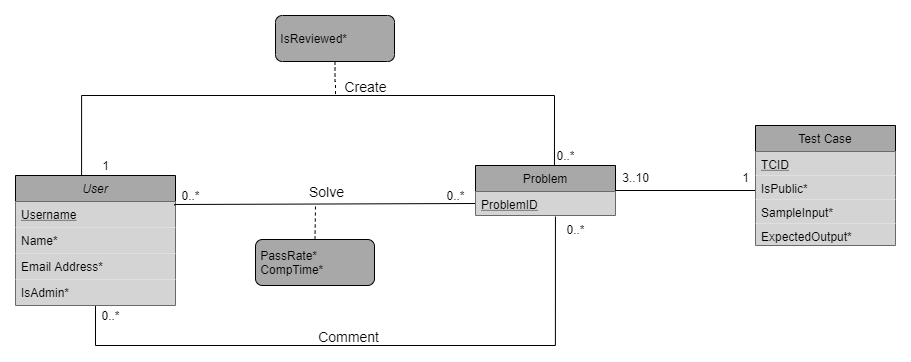
AlgoLearnWCSU/AlgoLearnApi keeps this draw.io diagram as docs/img/CS360_Database_Design_Opaque.png. Above is the earlier version. Source tidied: cells renumbered, new cells last; positions are measured from the earlier drawing's top-left corner, leaving out a move shared by most shapes. Source of this version:
```xml
<mxGraphModel>
  <root>
    <mxCell id="0" />
    <mxCell id="1" parent="0" />
    <mxCell id="2" style="edgeStyle=orthogonalEdgeStyle;rounded=0;jettySize=auto;html=1;entryX=0.564;entryY=0;entryDx=0;entryDy=0;entryPerimeter=0;endArrow=none;endFill=0;exitX=0.413;exitY=0.007;exitDx=0;exitDy=0;exitPerimeter=0;" parent="1" edge="1" source="6" target="14">
      <mxGeometry relative="1" as="geometry">
        <Array as="points">
          <mxPoint x="66" y="80" />
          <mxPoint x="539" y="80" />
        </Array>
      </mxGeometry>
    </mxCell>
    <mxCell id="3" value="Create" style="edgeLabel;html=1;align=center;verticalAlign=middle;labelBackgroundColor=none;fontSize=14;" parent="2" vertex="1">
      <mxGeometry x="-0.18" y="2" relative="1" as="geometry">
        <mxPoint x="109.8" y="-8" as="offset" />
      </mxGeometry>
    </mxCell>
    <mxCell id="4" style="edgeStyle=orthogonalEdgeStyle;rounded=0;jettySize=auto;html=1;exitX=0.5;exitY=1;exitDx=0;exitDy=0;entryX=0.571;entryY=1.042;entryDx=0;entryDy=0;entryPerimeter=0;startFill=0;endArrow=none;endFill=0;" parent="1" edge="1" source="6" target="15">
      <mxGeometry relative="1" as="geometry">
        <Array as="points">
          <mxPoint x="80" y="330" />
          <mxPoint x="540" y="330" />
        </Array>
      </mxGeometry>
    </mxCell>
    <mxCell id="5" value="Comment" style="edgeLabel;html=1;align=center;verticalAlign=middle;labelBackgroundColor=none;fontSize=14;" parent="4" vertex="1">
      <mxGeometry x="0.09" y="2" relative="1" as="geometry">
        <mxPoint x="-50" y="-8" as="offset" />
      </mxGeometry>
    </mxCell>
    <mxCell id="6" value="User" style="swimlane;fontStyle=2;align=center;verticalAlign=top;horizontal=1;startSize=26;rounded=0;shadow=0;strokeWidth=1;fillColor=#A8A8A8;" parent="1" vertex="1">
      <mxGeometry y="160" width="160" height="130" as="geometry" />
    </mxCell>
    <mxCell id="7" value="Username" style="text;align=left;verticalAlign=top;spacingLeft=4;spacingRight=4;overflow=hidden;points=[[0,0.5],[1,0.5]];portConstraint=eastwest;rounded=0;shadow=0;html=0;fontStyle=4;fillColor=#D4D4D4;" parent="6" vertex="1">
      <mxGeometry y="26" width="160" height="26" as="geometry" />
    </mxCell>
    <mxCell id="8" value="Name*" style="text;align=left;verticalAlign=top;spacingLeft=4;spacingRight=4;overflow=hidden;fillColor=#D4D4D4;" parent="6" vertex="1">
      <mxGeometry y="52" width="160" height="26" as="geometry" />
    </mxCell>
    <mxCell id="9" value="Email Address*" style="text;align=left;verticalAlign=top;spacingLeft=4;spacingRight=4;overflow=hidden;rounded=0;shadow=0;html=0;fillColor=#D4D4D4;" parent="6" vertex="1">
      <mxGeometry y="78" width="160" height="26" as="geometry" />
    </mxCell>
    <mxCell id="10" value="IsAdmin*" style="text;align=left;verticalAlign=top;spacingLeft=4;spacingRight=4;overflow=hidden;rounded=0;shadow=0;html=0;fontStyle=0;fillColor=#D4D4D4;" parent="6" vertex="1">
      <mxGeometry y="104" width="160" height="26" as="geometry" />
    </mxCell>
    <mxCell id="11" style="edgeStyle=orthogonalEdgeStyle;rounded=0;jettySize=auto;html=1;exitX=0.994;exitY=0.154;exitDx=0;exitDy=0;entryX=0;entryY=0.5;entryDx=0;entryDy=0;endArrow=none;endFill=0;exitPerimeter=0;startFill=0;" parent="1" edge="1" source="7" target="15">
      <mxGeometry relative="1" as="geometry">
        <Array as="points">
          <mxPoint x="159" y="189" />
        </Array>
      </mxGeometry>
    </mxCell>
    <mxCell id="12" value="Solve" style="edgeLabel;html=1;align=center;verticalAlign=middle;fontSize=14;labelBackgroundColor=none;" parent="11" vertex="1">
      <mxGeometry x="-0.29" relative="1" as="geometry">
        <mxPoint x="45" y="-12.7" as="offset" />
      </mxGeometry>
    </mxCell>
    <mxCell id="13" style="edgeStyle=orthogonalEdgeStyle;rounded=0;jettySize=auto;html=1;endArrow=none;endFill=0;fontSize=14;" parent="1" edge="1" source="14">
      <mxGeometry relative="1" as="geometry">
        <mxPoint x="740" y="175" as="targetPoint" />
      </mxGeometry>
    </mxCell>
    <mxCell id="14" value="Problem" style="swimlane;fontStyle=0;horizontal=1;startSize=26;fillColor=#A8A8A8;" parent="1" vertex="1">
      <mxGeometry x="460" y="150" width="140" height="50" as="geometry" />
    </mxCell>
    <mxCell id="15" value="ProblemID" style="text;strokeColor=none;align=left;verticalAlign=top;spacingLeft=4;spacingRight=4;overflow=hidden;points=[[0,0.5],[1,0.5]];portConstraint=eastwest;fontStyle=4;fillColor=#D4D4D4;" parent="14" vertex="1">
      <mxGeometry y="26" width="140" height="24" as="geometry" />
    </mxCell>
    <mxCell id="16" value="0..*" style="text;html=1;align=center;verticalAlign=middle;" parent="1" vertex="1">
      <mxGeometry x="425" y="170" width="30" height="20" as="geometry" />
    </mxCell>
    <mxCell id="17" value="0..*" style="text;html=1;align=center;verticalAlign=middle;" parent="1" vertex="1">
      <mxGeometry x="160" y="170" width="30" height="20" as="geometry" />
    </mxCell>
    <mxCell id="18" value="1" style="text;html=1;align=center;verticalAlign=middle;" parent="1" vertex="1">
      <mxGeometry x="80" y="140" width="20" height="20" as="geometry" />
    </mxCell>
    <mxCell id="19" value="0..*" style="text;html=1;align=center;verticalAlign=middle;" parent="1" vertex="1">
      <mxGeometry x="535" y="130" width="30" height="20" as="geometry" />
    </mxCell>
    <mxCell id="20" style="edgeStyle=orthogonalEdgeStyle;rounded=0;jettySize=auto;html=1;startFill=0;endArrow=none;endFill=0;dashed=1;" parent="1" edge="1" source="21">
      <mxGeometry relative="1" as="geometry">
        <mxPoint x="320" y="80" as="targetPoint" />
      </mxGeometry>
    </mxCell>
    <mxCell id="21" value="&amp;nbsp;IsReviewed*" style="html=1;align=left;perimeter=rectanglePerimeter;rounded=1;fillColor=#A8A8A8;" parent="1" vertex="1">
      <mxGeometry x="260" width="119" height="46" as="geometry" />
    </mxCell>
    <mxCell id="22" style="edgeStyle=orthogonalEdgeStyle;rounded=0;jettySize=auto;html=1;exitX=0.5;exitY=0;exitDx=0;exitDy=0;dashed=1;startFill=0;endArrow=none;endFill=0;" parent="1" edge="1" source="23">
      <mxGeometry relative="1" as="geometry">
        <mxPoint x="300" y="190" as="targetPoint" />
      </mxGeometry>
    </mxCell>
    <mxCell id="23" value="&amp;nbsp;PassRate*&lt;br&gt;&amp;nbsp;CompTime*" style="html=1;align=left;perimeter=rectanglePerimeter;rounded=1;fillColor=#A8A8A8;" parent="1" vertex="1">
      <mxGeometry x="240" y="224" width="119" height="46" as="geometry" />
    </mxCell>
    <mxCell id="24" value="0..*" style="text;html=1;align=center;verticalAlign=middle;" parent="1" vertex="1">
      <mxGeometry x="545" y="204" width="30" height="20" as="geometry" />
    </mxCell>
    <mxCell id="25" value="0..*" style="text;html=1;align=center;verticalAlign=middle;" parent="1" vertex="1">
      <mxGeometry x="80" y="290" width="30" height="20" as="geometry" />
    </mxCell>
    <mxCell id="26" value="1" style="text;html=1;align=center;verticalAlign=middle;" parent="1" vertex="1">
      <mxGeometry x="720" y="152" width="20" height="20" as="geometry" />
    </mxCell>
    <mxCell id="27" value="3..10" style="text;html=1;align=center;verticalAlign=middle;" parent="1" vertex="1">
      <mxGeometry x="600" y="152" width="40" height="20" as="geometry" />
    </mxCell>
    <mxCell id="28" value="Test Case" style="swimlane;fontStyle=0;horizontal=1;startSize=26;rounded=0;fillColor=#A8A8A8;" parent="1" vertex="1">
      <mxGeometry x="740" y="110" width="140" height="120" as="geometry" />
    </mxCell>
    <mxCell id="29" value="TCID" style="text;strokeColor=none;align=left;verticalAlign=top;spacingLeft=4;spacingRight=4;overflow=hidden;fontStyle=4;fillColor=#D4D4D4;" parent="28" vertex="1">
      <mxGeometry y="26" width="140" height="24" as="geometry" />
    </mxCell>
    <mxCell id="30" value="IsPublic*" style="text;strokeColor=none;align=left;verticalAlign=top;spacingLeft=4;spacingRight=4;overflow=hidden;fontStyle=0;fillColor=#D4D4D4;" parent="28" vertex="1">
      <mxGeometry y="50" width="140" height="24" as="geometry" />
    </mxCell>
    <mxCell id="31" value="SampleInput*" style="text;strokeColor=none;align=left;verticalAlign=top;spacingLeft=4;spacingRight=4;overflow=hidden;fontStyle=0;fillColor=#D4D4D4;" parent="28" vertex="1">
      <mxGeometry y="74" width="140" height="24" as="geometry" />
    </mxCell>
    <mxCell id="32" value="ExpectedOutput*" style="text;strokeColor=none;align=left;verticalAlign=top;spacingLeft=4;spacingRight=4;overflow=hidden;fontStyle=0;fillColor=#D4D4D4;" parent="28" vertex="1">
      <mxGeometry y="98" width="140" height="22" as="geometry" />
    </mxCell>
  </root>
</mxGraphModel>
```
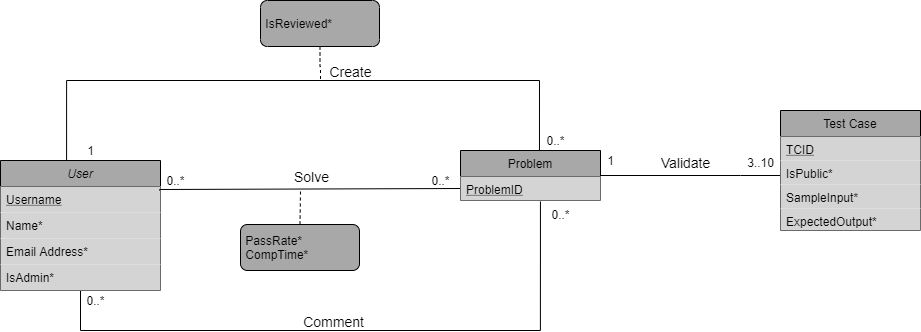
The same diagram one commit later.

Commit message:
Fix quantifier and relation name

What changed in the source:
```diff
@@ -55,9 +55,12 @@
         <mxPoint x="45" y="-12.7" as="offset" />
       </mxGeometry>
     </mxCell>
-    <mxCell id="13" style="edgeStyle=orthogonalEdgeStyle;rounded=0;jettySize=auto;html=1;endArrow=none;endFill=0;fontSize=14;" parent="1" edge="1" source="14">
+    <mxCell id="13" style="edgeStyle=orthogonalEdgeStyle;rounded=0;jettySize=auto;html=1;endArrow=none;endFill=0;fontSize=14;" parent="1" edge="1" source="14" target="28">
       <mxGeometry relative="1" as="geometry">
-        <mxPoint x="740" y="175" as="targetPoint" />
+        <Array as="points">
+          <mxPoint x="740" y="175" />
+          <mxPoint x="740" y="175" />
+        </Array>
       </mxGeometry>
     </mxCell>
     <mxCell id="14" value="Problem" style="swimlane;fontStyle=0;horizontal=1;startSize=26;fillColor=#A8A8A8;" parent="1" vertex="1">
@@ -76,7 +79,7 @@
       <mxGeometry x="80" y="140" width="20" height="20" as="geometry" />
     </mxCell>
     <mxCell id="19" value="0..*" style="text;html=1;align=center;verticalAlign=middle;" parent="1" vertex="1">
-      <mxGeometry x="535" y="130" width="30" height="20" as="geometry" />
+      <mxGeometry x="540" y="130" width="30" height="20" as="geometry" />
     </mxCell>
     <mxCell id="20" style="edgeStyle=orthogonalEdgeStyle;rounded=0;jettySize=auto;html=1;startFill=0;endArrow=none;endFill=0;dashed=1;" parent="1" edge="1" source="21">
       <mxGeometry relative="1" as="geometry">
@@ -101,13 +104,16 @@
       <mxGeometry x="80" y="290" width="30" height="20" as="geometry" />
     </mxCell>
     <mxCell id="26" value="1" style="text;html=1;align=center;verticalAlign=middle;" parent="1" vertex="1">
-      <mxGeometry x="720" y="152" width="20" height="20" as="geometry" />
+      <mxGeometry x="600" y="150" width="20" height="20" as="geometry" />
     </mxCell>
+    <mxCell id="33" value="Validate" style="text;html=1;align=center;verticalAlign=middle;fontSize=14;" parent="1" vertex="1">
+      <mxGeometry x="650" y="152" width="70" height="20" as="geometry" />
+    </mxCell>
     <mxCell id="27" value="3..10" style="text;html=1;align=center;verticalAlign=middle;" parent="1" vertex="1">
-      <mxGeometry x="600" y="152" width="40" height="20" as="geometry" />
+      <mxGeometry x="740" y="152" width="40" height="20" as="geometry" />
     </mxCell>
     <mxCell id="28" value="Test Case" style="swimlane;fontStyle=0;horizontal=1;startSize=26;rounded=0;fillColor=#A8A8A8;" parent="1" vertex="1">
-      <mxGeometry x="740" y="110" width="140" height="120" as="geometry" />
+      <mxGeometry x="780" y="110" width="140" height="120" as="geometry" />
     </mxCell>
     <mxCell id="29" value="TCID" style="text;strokeColor=none;align=left;verticalAlign=top;spacingLeft=4;spacingRight=4;overflow=hidden;fontStyle=4;fillColor=#D4D4D4;" parent="28" vertex="1">
       <mxGeometry y="26" width="140" height="24" as="geometry" />
```
